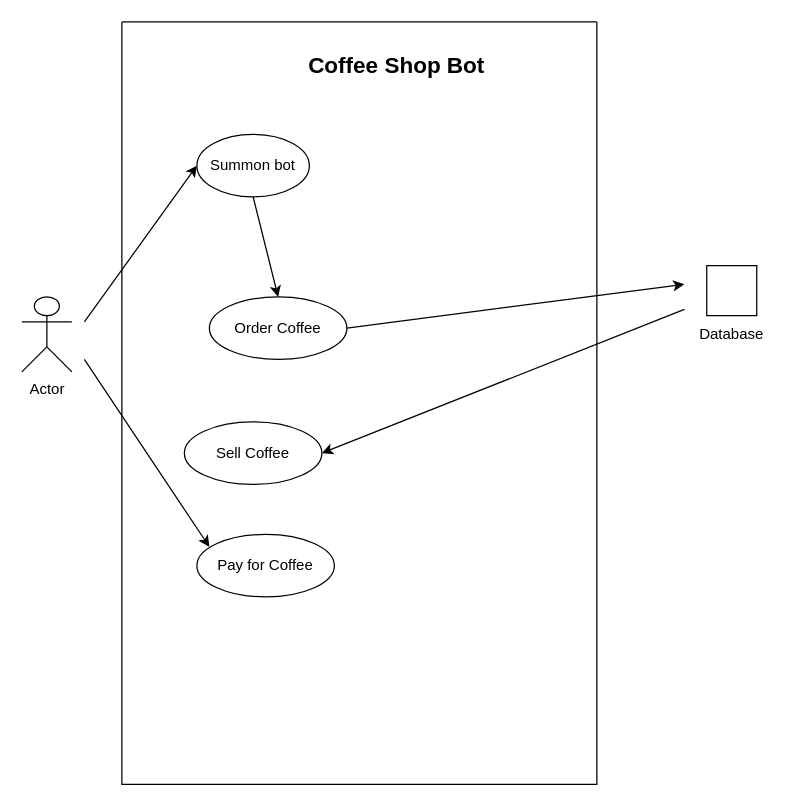
The draw.io diagram Coffe Shop.drawio in vnmrnd24/CoffeShop, before the edit. Source tidied: cells renumbered, new cells numbered last; positions are measured from the earlier drawing's top-left corner, leaving out a move shared by most shapes. Both pictures are drawn from the tidied source at 125%, with x=0, y=0 at pixel (21, 21).
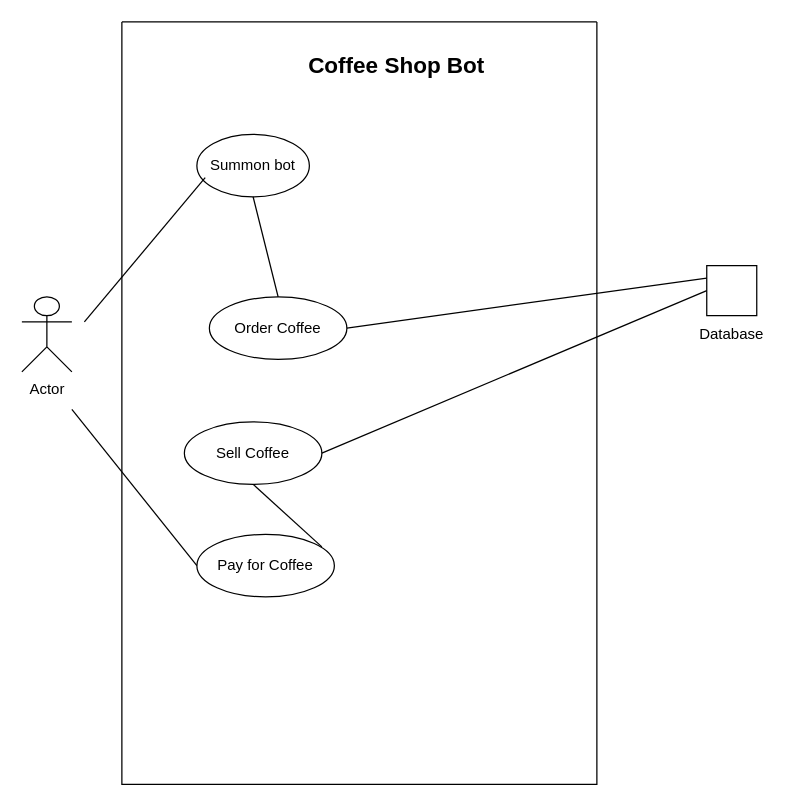
The same page after the edit.

The edit, as a diff of the source:
```diff
@@
 <mxGraphModel>
   <root>
     <mxCell id="0" />
     <mxCell id="1" parent="0" />
     <mxCell id="2" style="swimlane;startSize=0;" parent="1" vertex="1">
       <mxGeometry x="80" width="380" height="610" as="geometry" />
     </mxCell>
     <mxCell id="3" value="&lt;h2&gt;Coffee Shop Bot&lt;/h2&gt;" style="text;html=1;strokeColor=none;fillColor=none;align=center;verticalAlign=middle;whiteSpace=wrap;rounded=0;" parent="2" vertex="1">
       <mxGeometry x="120" y="20" width="200" height="30" as="geometry" />
     </mxCell>
     <mxCell id="4" value="Summon bot" style="ellipse;whiteSpace=wrap;html=1;" parent="2" vertex="1">
       <mxGeometry x="60" y="90" width="90" height="50" as="geometry" />
     </mxCell>
     <mxCell id="5" value="Order Coffee" style="ellipse;whiteSpace=wrap;html=1;" parent="2" vertex="1">
       <mxGeometry x="70" y="220" width="110" height="50" as="geometry" />
     </mxCell>
     <mxCell id="6" value="Sell Coffee" style="ellipse;whiteSpace=wrap;html=1;" parent="2" vertex="1">
       <mxGeometry x="50" y="320" width="110" height="50" as="geometry" />
     </mxCell>
     <mxCell id="7" value="Pay for Coffee" style="ellipse;whiteSpace=wrap;html=1;" parent="2" vertex="1">
       <mxGeometry x="60" y="410" width="110" height="50" as="geometry" />
     </mxCell>
-    <mxCell id="8" style="endArrow=classic;html=1;rounded=0;exitX=0.5;exitY=1;exitDx=0;exitDy=0;" parent="2" edge="1" source="4">
-      <mxGeometry relative="1" as="geometry">
-        <mxPoint x="125" y="220" as="targetPoint" />
-      </mxGeometry>
-    </mxCell>
-    <mxCell id="9" style="endArrow=classic;html=1;rounded=0;exitX=1;exitY=0.5;exitDx=0;exitDy=0;" parent="2" edge="1" source="5">
-      <mxGeometry relative="1" as="geometry">
-        <mxPoint x="450" y="210" as="targetPoint" />
-      </mxGeometry>
-    </mxCell>
-    <mxCell id="10" style="endArrow=classic;html=1;rounded=0;entryX=1;entryY=0.5;entryDx=0;entryDy=0;" parent="2" edge="1" target="6">
-      <mxGeometry relative="1" as="geometry">
-        <mxPoint x="450" y="230" as="sourcePoint" />
-      </mxGeometry>
-    </mxCell>
+    <mxCell id="16" style="endArrow=none;html=1;rounded=0;entryX=0.5;entryY=1;entryDx=0;entryDy=0;exitX=0.5;exitY=0;exitDx=0;exitDy=0;" parent="2" edge="1" source="5" target="4">
+      <mxGeometry relative="1" as="geometry" />
+    </mxCell>
+    <mxCell id="17" style="endArrow=none;html=1;rounded=0;entryX=0;entryY=0.5;entryDx=0;entryDy=0;" parent="2" edge="1" target="7">
+      <mxGeometry relative="1" as="geometry">
+        <mxPoint x="-40" y="310" as="sourcePoint" />
+      </mxGeometry>
+    </mxCell>
+    <mxCell id="18" style="endArrow=none;html=1;rounded=0;entryX=0.5;entryY=1;entryDx=0;entryDy=0;" parent="2" edge="1" target="6">
+      <mxGeometry relative="1" as="geometry">
+        <mxPoint x="160" y="420" as="sourcePoint" />
+      </mxGeometry>
+    </mxCell>
     <mxCell id="11" value="Actor" style="shape=umlActor;verticalLabelPosition=bottom;verticalAlign=top;html=1;" parent="1" vertex="1">
       <mxGeometry y="220" width="40" height="60" as="geometry" />
     </mxCell>
     <mxCell id="12" value="Database" style="text;html=1;strokeColor=none;fillColor=none;align=center;verticalAlign=middle;whiteSpace=wrap;rounded=0;" parent="1" vertex="1">
       <mxGeometry x="537.9" y="235" width="60" height="30" as="geometry" />
     </mxCell>
     <mxCell id="13" style="rounded=0;whiteSpace=wrap;html=1;" parent="1" vertex="1">
       <mxGeometry x="547.9" y="195" width="40" height="40" as="geometry" />
     </mxCell>
-    <mxCell id="14" style="endArrow=classic;html=1;rounded=0;entryX=0;entryY=0.5;entryDx=0;entryDy=0;" parent="1" edge="1" target="4">
-      <mxGeometry relative="1" as="geometry">
-        <mxPoint x="50" y="240" as="sourcePoint" />
-      </mxGeometry>
-    </mxCell>
-    <mxCell id="15" style="endArrow=classic;html=1;rounded=0;" parent="1" edge="1">
-      <mxGeometry relative="1" as="geometry">
-        <mxPoint x="50" y="270" as="sourcePoint" />
-        <mxPoint x="150" y="420" as="targetPoint" />
-      </mxGeometry>
-    </mxCell>
+    <mxCell id="19" style="endArrow=none;html=1;rounded=0;entryX=0.074;entryY=0.693;entryDx=0;entryDy=0;entryPerimeter=0;" parent="1" edge="1" target="4">
+      <mxGeometry relative="1" as="geometry">
+        <mxPoint x="50" y="240" as="sourcePoint" />
+      </mxGeometry>
+    </mxCell>
+    <mxCell id="20" style="endArrow=none;html=1;rounded=0;entryX=0;entryY=0.25;entryDx=0;entryDy=0;exitX=1;exitY=0.5;exitDx=0;exitDy=0;" parent="1" edge="1" source="5" target="13">
+      <mxGeometry relative="1" as="geometry" />
+    </mxCell>
+    <mxCell id="21" style="endArrow=none;html=1;rounded=0;entryX=0;entryY=0.5;entryDx=0;entryDy=0;exitX=1;exitY=0.5;exitDx=0;exitDy=0;" parent="1" edge="1" source="6" target="13">
+      <mxGeometry relative="1" as="geometry" />
+    </mxCell>
   </root>
 </mxGraphModel>
```
